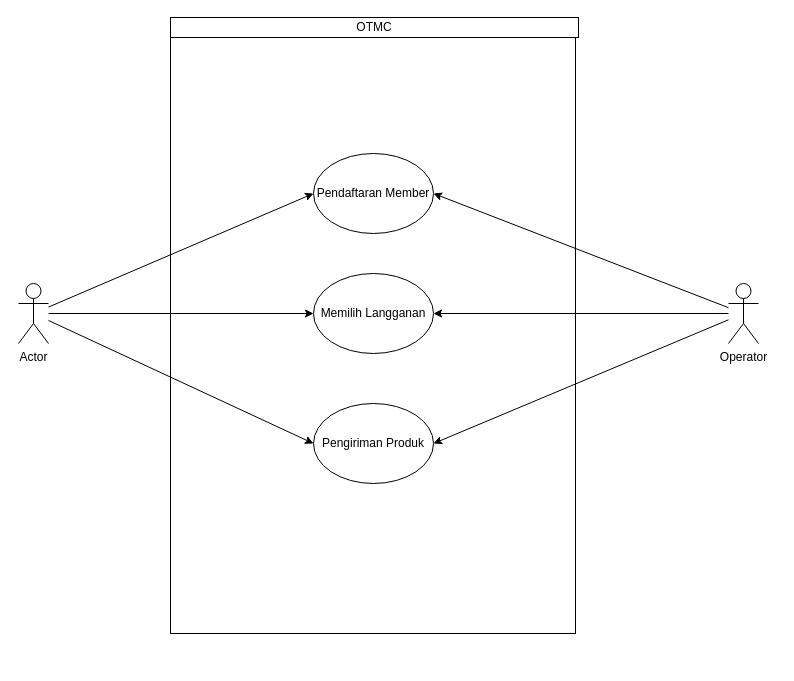
Above: UAS.drawio in Aryanda04/File-common (draw.io), before the change. Source tidied: cells renumbered, new cells numbered last; positions are measured from the earlier drawing's top-left corner, leaving out a move shared by most shapes. Both pictures are drawn from the tidied source at 100%, with x=0, y=0 at pixel (18, 17).
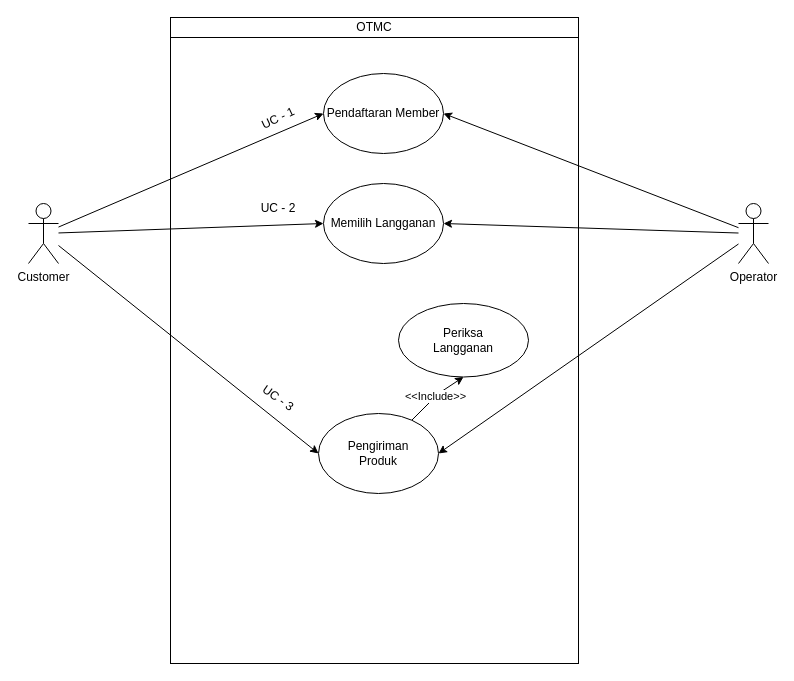
Above is the later version.

What changed in the source:
```diff
@@
     <mxCell id="2" style="rounded=0;whiteSpace=wrap;html=1;" parent="1" vertex="1">
-      <mxGeometry x="152" y="20" width="405" height="596" as="geometry" />
+      <mxGeometry x="152" y="16" width="408" height="630" as="geometry" />
     </mxCell>
@@
-    <mxCell id="6" value="Actor" style="shape=umlActor;verticalLabelPosition=bottom;verticalAlign=top;html=1;outlineConnect=0;" parent="1" vertex="1">
-      <mxGeometry y="266" width="30" height="60" as="geometry" />
+    <mxCell id="6" value="Customer" style="shape=umlActor;verticalLabelPosition=bottom;verticalAlign=top;html=1;outlineConnect=0;" parent="1" vertex="1">
+      <mxGeometry x="10" y="186" width="30" height="60" as="geometry" />
     </mxCell>
@@
     <mxCell id="10" value="Operator" style="shape=umlActor;verticalLabelPosition=bottom;verticalAlign=top;html=1;outlineConnect=0;" parent="1" vertex="1">
-      <mxGeometry x="710" y="266" width="30" height="60" as="geometry" />
+      <mxGeometry x="720" y="186" width="30" height="60" as="geometry" />
     </mxCell>
-    <mxCell id="11" value="Pendaftaran Member" style="ellipse;whiteSpace=wrap;html=1;" parent="1" vertex="1">
-      <mxGeometry x="295" y="136" width="120" height="80" as="geometry" />
+    <mxCell id="11" value="&lt;div&gt;Pendaftaran Member&lt;/div&gt;" style="ellipse;whiteSpace=wrap;html=1;" parent="1" vertex="1">
+      <mxGeometry x="305" y="56" width="120" height="80" as="geometry" />
     </mxCell>
-    <mxCell id="12" value="Memilih Langganan" style="ellipse;whiteSpace=wrap;html=1;" parent="1" vertex="1">
-      <mxGeometry x="295" y="256" width="120" height="80" as="geometry" />
+    <mxCell id="12" value="&lt;div&gt;Memilih Langganan&lt;/div&gt;" style="ellipse;whiteSpace=wrap;html=1;" parent="1" vertex="1">
+      <mxGeometry x="305" y="166" width="120" height="80" as="geometry" />
     </mxCell>
+    <mxCell id="15" value="&amp;lt;&amp;lt;Include&amp;gt;&amp;gt;" style="rounded=0;jettySize=auto;html=1;entryX=0.5;entryY=1;entryDx=0;entryDy=0;" parent="1" edge="1" source="13" target="16">
+      <mxGeometry relative="1" as="geometry">
+        <Array as="points">
+          <mxPoint x="420" y="376" />
+        </Array>
+      </mxGeometry>
+    </mxCell>
-    <mxCell id="13" value="Pengiriman Produk" style="ellipse;whiteSpace=wrap;html=1;" parent="1" vertex="1">
-      <mxGeometry x="295" y="386" width="120" height="80" as="geometry" />
+    <mxCell id="13" value="Pengiriman&lt;div&gt;Produk&lt;/div&gt;" style="ellipse;whiteSpace=wrap;html=1;" parent="1" vertex="1">
+      <mxGeometry x="300" y="396" width="120" height="80" as="geometry" />
     </mxCell>
@@
+    <mxCell id="16" value="&lt;div&gt;Periksa&lt;/div&gt;&lt;div&gt;Langganan&lt;br&gt;&lt;/div&gt;" style="ellipse;whiteSpace=wrap;html=1;" parent="1" vertex="1">
+      <mxGeometry x="380" y="286" width="130" height="73.5" as="geometry" />
+    </mxCell>
+    <mxCell id="17" value="UC - 1" style="text;html=1;strokeColor=none;fillColor=none;align=center;verticalAlign=middle;whiteSpace=wrap;rounded=0;rotation=-25;" parent="1" vertex="1">
+      <mxGeometry x="230" y="86" width="60" height="30" as="geometry" />
+    </mxCell>
+    <mxCell id="18" value="UC - 2" style="text;html=1;strokeColor=none;fillColor=none;align=center;verticalAlign=middle;whiteSpace=wrap;rounded=0;rotation=0;" parent="1" vertex="1">
+      <mxGeometry x="230" y="176" width="60" height="30" as="geometry" />
+    </mxCell>
+    <mxCell id="19" value="UC - 3" style="text;html=1;strokeColor=none;fillColor=none;align=center;verticalAlign=middle;whiteSpace=wrap;rounded=0;rotation=35;" parent="1" vertex="1">
+      <mxGeometry x="230" y="366" width="60" height="30" as="geometry" />
+    </mxCell>
```
